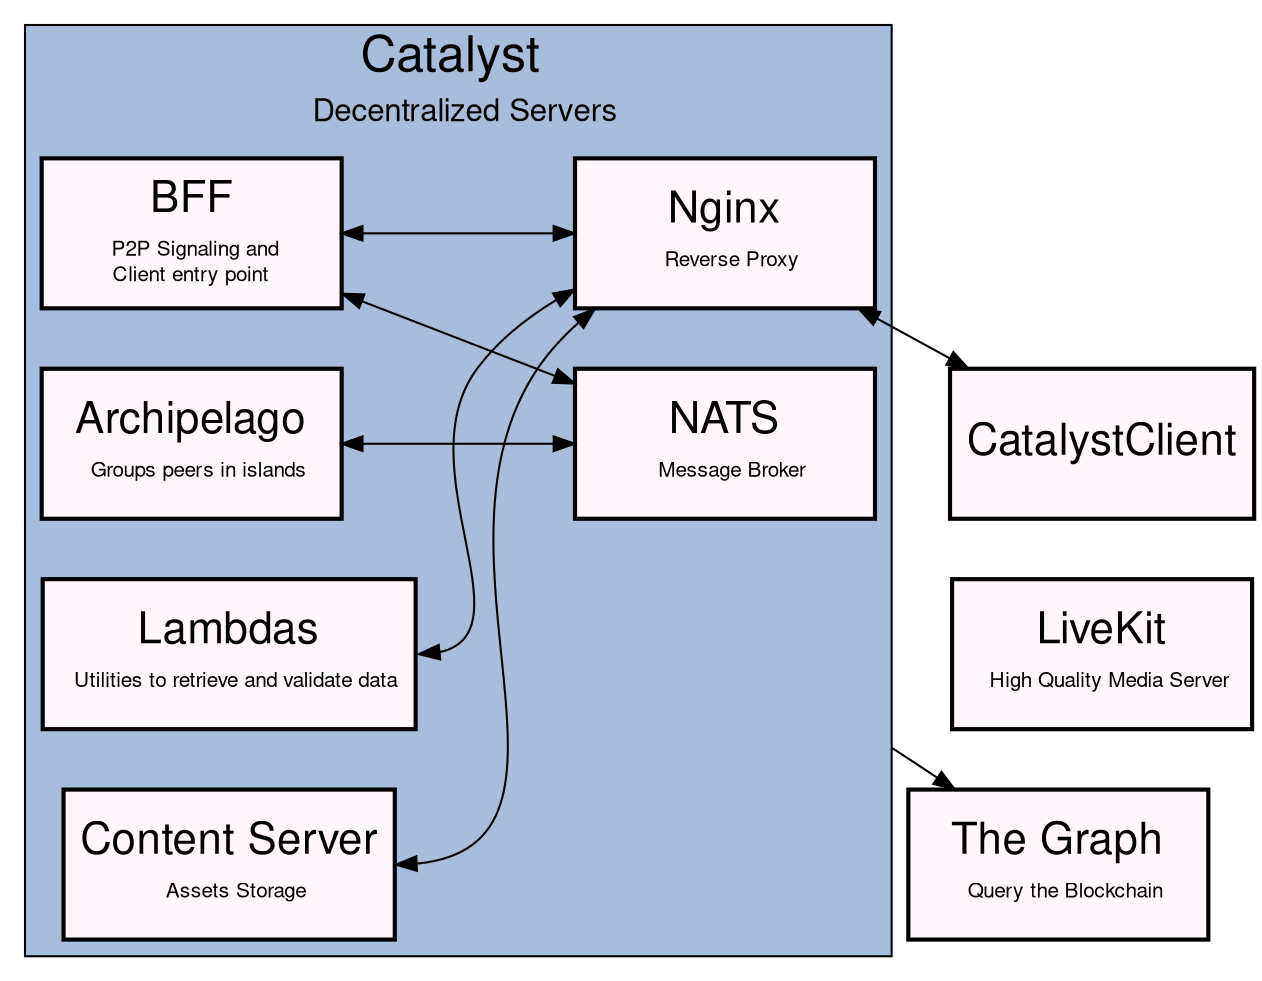
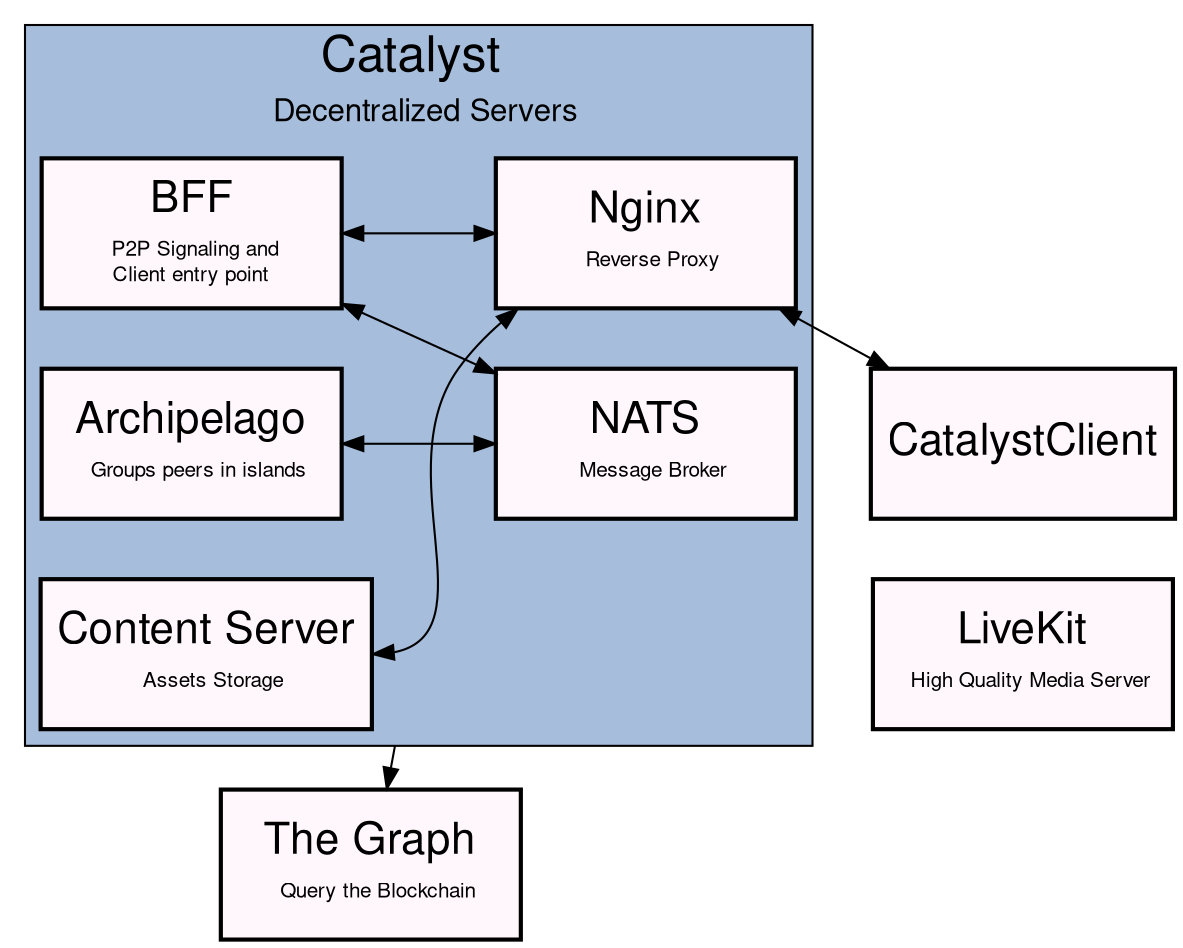
digraph G {
    label=""
    labelloc="t"
    fontsize =30
    fontname="Helvetica,Arial,sans-serif"
    compound=true;

	node [fontname="Helvetica,Arial,sans-serif"]
	edge [fontname="Helvetica,Arial,sans-serif"]
	graph [
		newrank = true,
		nodesep = .5,
		ranksep = .4,
		splines = true,
	]
	node [
		fixedsize = false,
		fontsize =21,
		height = 1,
		shape = box,
        colorscheme="pubugn9"
		style = "filled,setlinewidth(2)",
        fillcolor=1
		width = 2
	]

    subgraph cluster_catalyst {
        label = <Catalyst <BR/> <FONT POINT-SIZE="15">Decentralized Servers</FONT>>
        colorscheme="pubugn9"
        bgcolor=4
        fontsize=24.0
        URL="https://github.com/decentraland/catalyst"
        BFF [
            label=<BFF<BR /> <FONT POINT-SIZE="10">P2P Signaling and <br/>Client entry point</FONT>>
            URL="https://github.com/decentraland/explorer-bff"
        ]
        edge [
            style = "invis"
        ]
        Nginx [
            label=<Nginx<BR/> <FONT POINT-SIZE="10">Reverse Proxy</FONT>>
        ]
        Archipelago [
            label=<Archipelago<BR/> <FONT POINT-SIZE="10">Groups peers in islands</FONT>>
            URL="https://github.com/decentraland/archipelago-service"
        ]
        NATS [
            label=<NATS<BR/> <FONT POINT-SIZE="10">Message Broker</FONT>>
            URL="https://nats.io/"
        ]

-         BFF -> Archipelago -> Lambdas -> Content
+         BFF -> Archipelago -> Content
        edge [
            style = "normal"
            dir=both
        ]

        Content:e -> Nginx [constraint=false]
        Content [
            label=<Content Server<BR/> <FONT POINT-SIZE="10">Assets Storage</FONT>>
-             URL="https://github.com/decentraland/catalyst/tree/main/content"
-         ]
-         Lambdas:e -> Nginx [constraint=false]
-         Lambdas [
-             label=<Lambdas<BR/> <FONT POINT-SIZE="10">Utilities to retrieve and validate data</FONT>>
-             URL="https://github.com/decentraland/catalyst/tree/main/lambdas"
+             URL="https://github.com/decentraland/catalyst"
        ]
        BFF -> Nginx [constraint=false]

        BFF -> NATS[constraint=false]
        Archipelago -> NATS[constraint=false]
        edge [
            style = "invis"
        ]
        Nginx -> NATS

    }

    TheGraph [
        label=<The Graph<BR/> <FONT POINT-SIZE="10">Query the Blockchain</FONT>>
        URL="https://thegraph.com/hosted-service/subgraph/decentraland/collections-matic-mainnet"
    ]
    LiveKit [
        label=<LiveKit<BR/> <FONT POINT-SIZE="10">High Quality Media Server</FONT>>
        URL="https://livekit.io/"
    ]
-     Lambdas:ne -> TheGraph [ltail=cluster_catalyst]
+     Content:ne -> TheGraph [ltail=cluster_catalyst]

    edge [dir=both]
    Nginx -> CatalystClient
    edge [ style = "invis"]
    CatalystClient -> LiveKit


}
